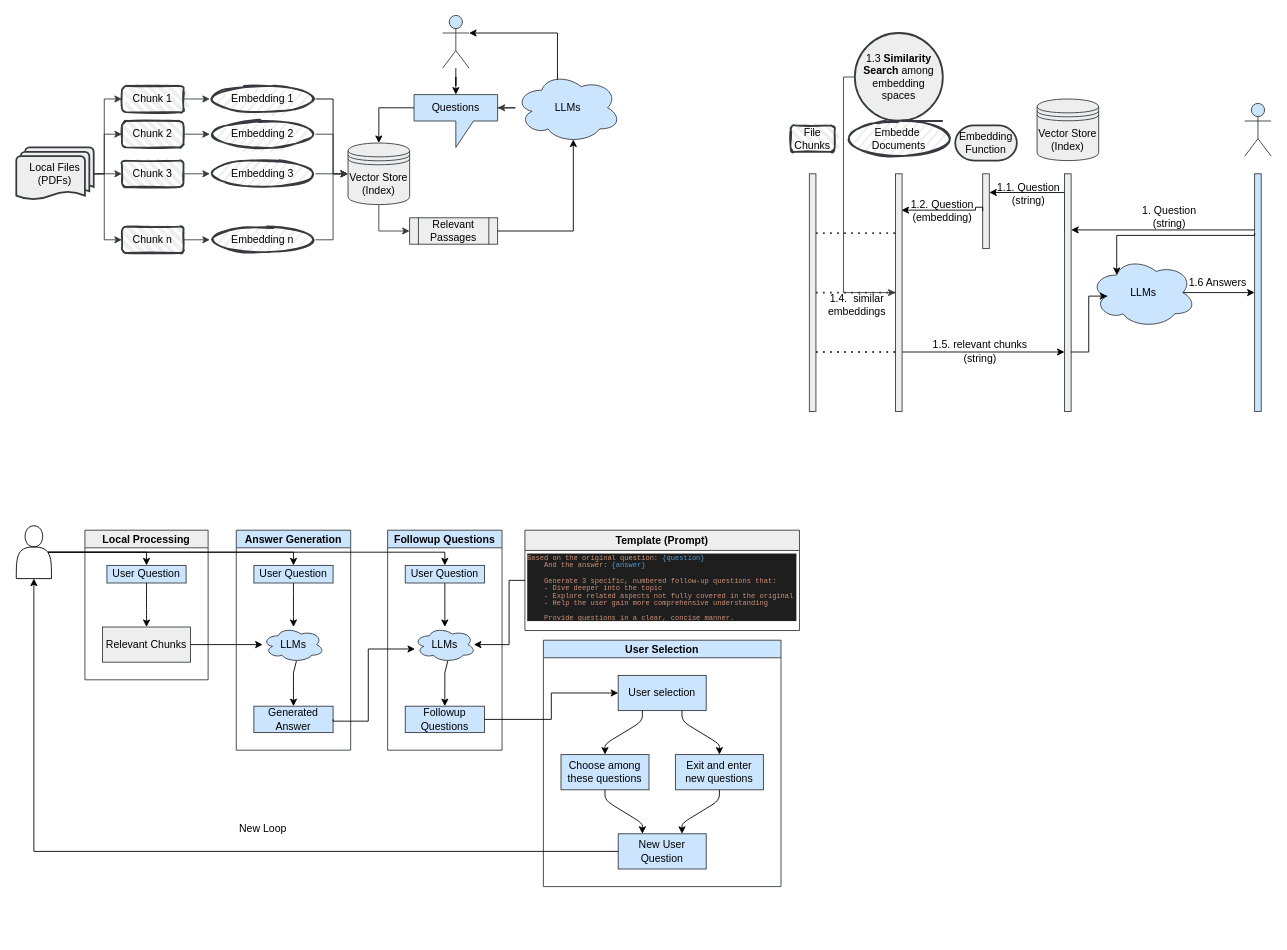
Earlier version of the draw.io diagram LLM.drawio (RiemannLee19/UMLs). Source tidied: cells renumbered, new cells numbered last; positions are measured from the earlier drawing's top-left corner, leaving out a move shared by most shapes. Both pictures are drawn from the tidied source at 88%, with x=0, y=0 at pixel (16, 15).
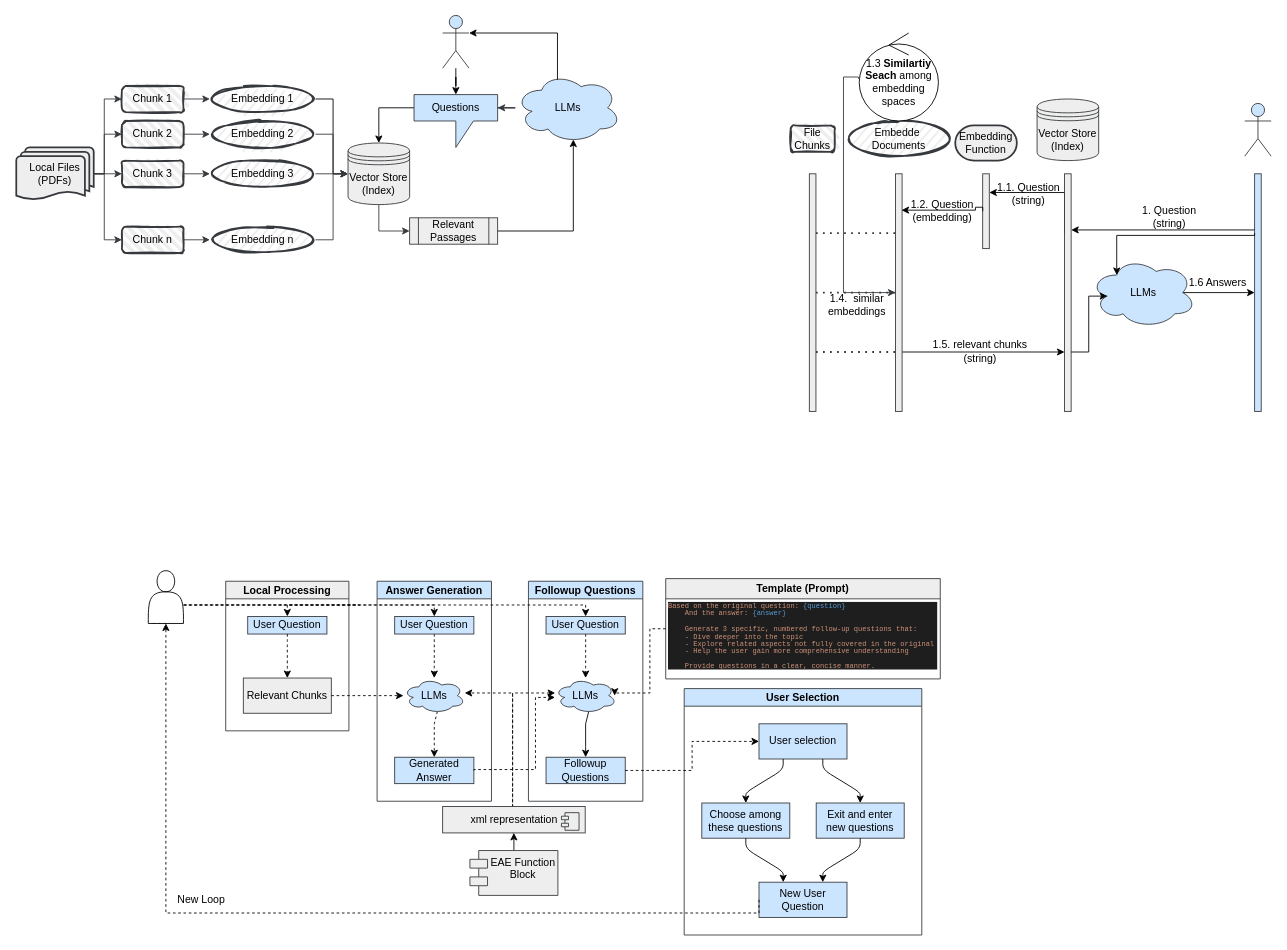
The same diagram, later.

Unchanged cells that the change refers to:
```xml
<mxCell id="38" style="rounded=0;whiteSpace=wrap;html=1;fillColor=#eeeeee;strokeColor=#36393d;" parent="1" vertex="1">
  <mxGeometry x="999.1" y="180" width="7.5" height="270" as="geometry" />
</mxCell>
<mxCell id="64" value="User Question" style="whiteSpace=wrap;html=1;fillColor=#cce5ff;strokeColor=#36393d;" parent="63" vertex="1">
  <mxGeometry x="25" y="40" width="90" height="20" as="geometry" />
</mxCell>
<mxCell id="65" value="Relevant Chunks" style="whiteSpace=wrap;html=1;fillColor=#eeeeee;strokeColor=#36393d;" parent="63" vertex="1">
  <mxGeometry x="20" y="110" width="100" height="40" as="geometry" />
</mxCell>
<mxCell id="69" value="User Question" style="whiteSpace=wrap;html=1;fillColor=#cce5ff;strokeColor=#36393d;" parent="67" vertex="1">
  <mxGeometry x="20" y="40" width="90" height="20" as="geometry" />
</mxCell>
<mxCell id="71" value="LLMs" style="ellipse;shape=cloud;whiteSpace=wrap;html=1;fillColor=#cce5ff;strokeColor=#36393d;" parent="67" vertex="1">
  <mxGeometry x="30" y="110" width="70" height="40" as="geometry" />
</mxCell>
<mxCell id="72" value="Generated Answer" style="whiteSpace=wrap;html=1;fillColor=#cce5ff;strokeColor=#36393d;" parent="67" vertex="1">
  <mxGeometry x="20" y="200" width="90" height="30" as="geometry" />
</mxCell>
<mxCell id="75" value="User Question" style="whiteSpace=wrap;html=1;fillColor=#cce5ff;strokeColor=#36393d;" parent="73" vertex="1">
  <mxGeometry x="20" y="40" width="90" height="20" as="geometry" />
</mxCell>
<mxCell id="77" value="LLMs" style="ellipse;shape=cloud;whiteSpace=wrap;html=1;fillColor=#cce5ff;strokeColor=#36393d;" parent="73" vertex="1">
  <mxGeometry x="30" y="110" width="70" height="40" as="geometry" />
</mxCell>
<mxCell id="78" value="Followup Questions" style="whiteSpace=wrap;html=1;fillColor=#cce5ff;strokeColor=#36393d;" parent="73" vertex="1">
  <mxGeometry x="20" y="200" width="90" height="30" as="geometry" />
</mxCell>
<mxCell id="89" value="User selection" style="whiteSpace=wrap;html=1;fillColor=#cce5ff;strokeColor=#36393d;" parent="88" vertex="1">
  <mxGeometry x="85" y="40" width="100" height="40" as="geometry" />
</mxCell>
<mxCell id="94" value="New User Question" style="whiteSpace=wrap;html=1;fillColor=#cce5ff;strokeColor=#36393d;" parent="88" vertex="1">
  <mxGeometry x="85" y="220" width="100" height="40" as="geometry" />
</mxCell>
```

Change to the diagram source:
```diff
@@
-    <mxCell id="46" style="edgeStyle=orthogonalEdgeStyle;rounded=0;jettySize=auto;html=1;exitX=0;exitY=0.5;exitDx=0;exitDy=0;exitPerimeter=0;entryX=0;entryY=0.5;entryDx=0;entryDy=0;fillColor=#eeeeee;strokeColor=#36393d;" parent="1" edge="1" source="47" target="38">
+    <mxCell id="46" style="edgeStyle=orthogonalEdgeStyle;rounded=0;jettySize=auto;html=1;entryX=0;entryY=0.5;entryDx=0;entryDy=0;fillColor=#eeeeee;strokeColor=#36393d;exitX=-0.01;exitY=0.52;exitDx=0;exitDy=0;exitPerimeter=0;" parent="1" edge="1" source="100" target="38">
       <mxGeometry relative="1" as="geometry">
         <Array as="points">
+          <mxPoint x="957" y="70" />
           <mxPoint x="940" y="70" />
           <mxPoint x="940" y="315" />
         </Array>
       </mxGeometry>
     </mxCell>
-    <mxCell id="47" value="1.3 &lt;b&gt;Similarity Search&lt;/b&gt; among embedding spaces" style="strokeWidth=2;html=1;shape=mxgraph.flowchart.sequential_data;whiteSpace=wrap;fillColor=#eeeeee;strokeColor=#36393d;" parent="1" vertex="1">
-      <mxGeometry x="952.9" y="20" width="100" height="100" as="geometry" />
-    </mxCell>
@@
     <mxCell id="63" value="Local Processing" style="swimlane;startSize=20;horizontal=1;flowOrientation=north;interRankCellSpacing=50;containerType=tree;fontSize=12;fillColor=#eeeeee;strokeColor=#36393d;" parent="1" vertex="1">
-      <mxGeometry x="78" y="585" width="140" height="170" as="geometry" />
+      <mxGeometry x="238" y="643" width="140" height="170" as="geometry" />
     </mxCell>
@@
-    <mxCell id="66" style="html=1;rounded=1;curved=0;sourcePerimeterSpacing=0;targetPerimeterSpacing=0;startSize=6;endSize=6;noEdgeStyle=1;orthogonal=1;" parent="63" edge="1" source="64" target="65">
+    <mxCell id="66" style="html=1;rounded=1;curved=0;sourcePerimeterSpacing=0;targetPerimeterSpacing=0;startSize=6;endSize=6;noEdgeStyle=1;orthogonal=1;dashed=1;" parent="63" edge="1" source="64" target="65">
       <mxGeometry relative="1" as="geometry">
         <Array as="points">
           <mxPoint x="70" y="72" />
           <mxPoint x="70" y="98" />
         </Array>
       </mxGeometry>
     </mxCell>
     <mxCell id="67" value="Answer Generation" style="swimlane;startSize=20;horizontal=1;flowOrientation=north;interRankCellSpacing=50;containerType=tree;fontSize=12;fillColor=#cce5ff;strokeColor=#36393d;" parent="1" vertex="1">
-      <mxGeometry x="250" y="585" width="130" height="250" as="geometry" />
+      <mxGeometry x="410" y="643" width="130" height="250" as="geometry" />
     </mxCell>
-    <mxCell id="68" style="edgeStyle=orthogonalEdgeStyle;rounded=0;jettySize=auto;html=1;exitX=0.5;exitY=1;exitDx=0;exitDy=0;noEdgeStyle=1;orthogonal=1;" parent="67" edge="1" source="69" target="71">
+    <mxCell id="68" style="edgeStyle=orthogonalEdgeStyle;rounded=0;jettySize=auto;html=1;exitX=0.5;exitY=1;exitDx=0;exitDy=0;noEdgeStyle=1;orthogonal=1;dashed=1;" parent="67" edge="1" source="69" target="71">
       <mxGeometry relative="1" as="geometry">
         <Array as="points">
           <mxPoint x="65" y="72" />
           <mxPoint x="65" y="98" />
         </Array>
       </mxGeometry>
     </mxCell>
@@
-    <mxCell id="70" style="edgeStyle=orthogonalEdgeStyle;rounded=0;jettySize=auto;html=1;exitX=0.55;exitY=0.95;exitDx=0;exitDy=0;exitPerimeter=0;entryX=0.5;entryY=0;entryDx=0;entryDy=0;noEdgeStyle=1;orthogonal=1;" parent="67" edge="1" source="71" target="72">
+    <mxCell id="70" style="edgeStyle=orthogonalEdgeStyle;rounded=0;jettySize=auto;html=1;exitX=0.55;exitY=0.95;exitDx=0;exitDy=0;exitPerimeter=0;entryX=0.5;entryY=0;entryDx=0;entryDy=0;noEdgeStyle=1;orthogonal=1;dashed=1;" parent="67" edge="1" source="71" target="72">
       <mxGeometry relative="1" as="geometry">
         <Array as="points">
           <mxPoint x="65" y="162" />
           <mxPoint x="65" y="188" />
         </Array>
       </mxGeometry>
     </mxCell>
@@
     <mxCell id="73" value="Followup Questions" style="swimlane;startSize=20;horizontal=1;flowOrientation=north;interRankCellSpacing=50;containerType=tree;fontSize=12;fillColor=#cce5ff;strokeColor=#36393d;" parent="1" vertex="1">
-      <mxGeometry x="422" y="585" width="130" height="250" as="geometry" />
+      <mxGeometry x="582" y="643" width="130" height="250" as="geometry" />
     </mxCell>
-    <mxCell id="74" style="edgeStyle=orthogonalEdgeStyle;rounded=0;jettySize=auto;html=1;exitX=0.5;exitY=1;exitDx=0;exitDy=0;noEdgeStyle=1;orthogonal=1;" parent="73" edge="1" source="75" target="77">
+    <mxCell id="74" style="edgeStyle=orthogonalEdgeStyle;rounded=0;jettySize=auto;html=1;exitX=0.5;exitY=1;exitDx=0;exitDy=0;noEdgeStyle=1;orthogonal=1;dashed=1;" parent="73" edge="1" source="75" target="77">
       <mxGeometry relative="1" as="geometry">
         <Array as="points">
           <mxPoint x="65" y="72" />
           <mxPoint x="65" y="98" />
         </Array>
       </mxGeometry>
     </mxCell>
@@
-    <mxCell id="79" style="edgeStyle=orthogonalEdgeStyle;rounded=0;jettySize=auto;html=1;exitX=0.9;exitY=0.5;exitDx=0;exitDy=0;exitPerimeter=0;entryX=0.5;entryY=0;entryDx=0;entryDy=0;" parent="1" edge="1" source="82" target="64">
+    <mxCell id="79" style="edgeStyle=orthogonalEdgeStyle;rounded=0;jettySize=auto;html=1;entryX=0.5;entryY=0;entryDx=0;entryDy=0;dashed=1;" parent="1" edge="1" source="82" target="64">
       <mxGeometry relative="1" as="geometry">
         <Array as="points">
-          <mxPoint x="148" y="610" />
+          <mxPoint x="390" y="670" />
+          <mxPoint x="308" y="670" />
         </Array>
       </mxGeometry>
     </mxCell>
-    <mxCell id="80" style="edgeStyle=orthogonalEdgeStyle;rounded=0;jettySize=auto;html=1;exitX=0.9;exitY=0.5;exitDx=0;exitDy=0;exitPerimeter=0;entryX=0.5;entryY=0;entryDx=0;entryDy=0;" parent="1" edge="1" source="82" target="69">
+    <mxCell id="80" style="edgeStyle=orthogonalEdgeStyle;rounded=0;jettySize=auto;html=1;entryX=0.5;entryY=0;entryDx=0;entryDy=0;dashed=1;" parent="1" edge="1" source="82" target="69">
       <mxGeometry relative="1" as="geometry">
         <Array as="points">
-          <mxPoint x="315" y="610" />
+          <mxPoint x="389" y="670" />
+          <mxPoint x="475" y="670" />
         </Array>
       </mxGeometry>
     </mxCell>
-    <mxCell id="81" style="edgeStyle=orthogonalEdgeStyle;rounded=0;jettySize=auto;html=1;exitX=0.9;exitY=0.5;exitDx=0;exitDy=0;exitPerimeter=0;entryX=0.5;entryY=0;entryDx=0;entryDy=0;" parent="1" edge="1" source="82" target="75">
+    <mxCell id="81" style="edgeStyle=orthogonalEdgeStyle;rounded=0;jettySize=auto;html=1;exitX=0.5;exitY=1;exitDx=0;exitDy=0;entryX=0.5;entryY=0;entryDx=0;entryDy=0;dashed=1;" parent="1" edge="1" source="82" target="75">
       <mxGeometry relative="1" as="geometry">
         <Array as="points">
-          <mxPoint x="487" y="610" />
+          <mxPoint x="155" y="670" />
+          <mxPoint x="647" y="670" />
         </Array>
       </mxGeometry>
     </mxCell>
     <mxCell id="82" style="shape=actor;whiteSpace=wrap;html=1;" parent="1" vertex="1">
-      <mxGeometry y="580" width="40" height="60" as="geometry" />
+      <mxGeometry x="150" y="631" width="40" height="60" as="geometry" />
     </mxCell>
-    <mxCell id="83" style="edgeStyle=orthogonalEdgeStyle;rounded=0;jettySize=auto;html=1;exitX=1;exitY=0.5;exitDx=0;exitDy=0;" parent="1" edge="1" source="72" target="77">
+    <mxCell id="83" style="edgeStyle=orthogonalEdgeStyle;rounded=0;jettySize=auto;html=1;exitX=1;exitY=0.5;exitDx=0;exitDy=0;dashed=1;" parent="1" edge="1" source="72" target="77">
       <mxGeometry relative="1" as="geometry">
         <Array as="points">
-          <mxPoint x="400" y="802" />
-          <mxPoint x="400" y="720" />
+          <mxPoint x="520" y="857" />
+          <mxPoint x="590" y="857" />
+          <mxPoint x="590" y="775" />
         </Array>
       </mxGeometry>
     </mxCell>
-    <mxCell id="84" style="edgeStyle=orthogonalEdgeStyle;rounded=0;jettySize=auto;html=1;exitX=1;exitY=0.5;exitDx=0;exitDy=0;" parent="1" edge="1" source="65" target="71">
+    <mxCell id="84" style="edgeStyle=orthogonalEdgeStyle;rounded=0;jettySize=auto;html=1;exitX=1;exitY=0.5;exitDx=0;exitDy=0;dashed=1;" parent="1" edge="1" source="65" target="71">
       <mxGeometry relative="1" as="geometry" />
     </mxCell>
     <mxCell id="85" value="Template (Prompt)" style="swimlane;whiteSpace=wrap;html=1;fillColor=#eeeeee;strokeColor=#36393d;" parent="1" vertex="1">
-      <mxGeometry x="578" y="585" width="312" height="114" as="geometry" />
+      <mxGeometry x="738" y="640" width="312" height="114" as="geometry" />
     </mxCell>
@@
-    <mxCell id="87" style="edgeStyle=orthogonalEdgeStyle;rounded=0;jettySize=auto;html=1;exitX=0;exitY=0.5;exitDx=0;exitDy=0;entryX=0.971;entryY=0.5;entryDx=0;entryDy=0;entryPerimeter=0;" parent="1" edge="1" source="85" target="77">
+    <mxCell id="87" style="edgeStyle=orthogonalEdgeStyle;rounded=0;jettySize=auto;html=1;exitX=0;exitY=0.5;exitDx=0;exitDy=0;entryX=0.971;entryY=0.5;entryDx=0;entryDy=0;entryPerimeter=0;dashed=1;" parent="1" edge="1" source="85" target="77">
       <mxGeometry relative="1" as="geometry">
         <Array as="points">
-          <mxPoint x="560" y="642" />
-          <mxPoint x="560" y="715" />
+          <mxPoint x="720" y="697" />
+          <mxPoint x="720" y="770" />
         </Array>
       </mxGeometry>
     </mxCell>
     <mxCell id="88" value="User Selection" style="swimlane;startSize=20;horizontal=1;flowOrientation=north;interRankCellSpacing=50;containerType=tree;fontSize=12;fillColor=#cce5ff;strokeColor=#36393d;" parent="1" vertex="1">
-      <mxGeometry x="599" y="710" width="270" height="280" as="geometry" />
+      <mxGeometry x="759" y="765" width="270" height="280" as="geometry" />
     </mxCell>
@@
-    <mxCell id="97" style="edgeStyle=orthogonalEdgeStyle;rounded=0;jettySize=auto;html=1;" parent="1" edge="1" source="78" target="89">
+    <mxCell id="97" style="edgeStyle=orthogonalEdgeStyle;rounded=0;jettySize=auto;html=1;dashed=1;" parent="1" edge="1" source="78" target="89">
       <mxGeometry relative="1" as="geometry" />
     </mxCell>
+    <mxCell id="100" value="1.3 &lt;b&gt;Similartiy Seach &lt;/b&gt;among embedding spaces" style="ellipse;shape=umlControl;whiteSpace=wrap;html=1;" parent="1" vertex="1">
+      <mxGeometry x="957.9" y="20" width="90" height="100" as="geometry" />
+    </mxCell>
+    <mxCell id="101" style="edgeStyle=orthogonalEdgeStyle;rounded=0;jettySize=auto;html=1;exitX=0.5;exitY=0;exitDx=0;exitDy=0;entryX=0.5;entryY=1;entryDx=0;entryDy=0;" parent="1" edge="1" source="102" target="105">
+      <mxGeometry relative="1" as="geometry" />
+    </mxCell>
+    <mxCell id="102" value="EAE Function Block" style="shape=module;align=left;spacingLeft=20;align=center;verticalAlign=top;whiteSpace=wrap;html=1;fillColor=#eeeeee;strokeColor=#36393d;" parent="1" vertex="1">
+      <mxGeometry x="515.5" y="949" width="100" height="51" as="geometry" />
+    </mxCell>
+    <mxCell id="103" style="edgeStyle=orthogonalEdgeStyle;rounded=0;jettySize=auto;html=1;exitX=0.5;exitY=1;exitDx=0;exitDy=0;dashed=1;" parent="1" edge="1" source="105" target="71">
+      <mxGeometry relative="1" as="geometry">
+        <Array as="points">
+          <mxPoint x="564" y="770" />
+        </Array>
+      </mxGeometry>
+    </mxCell>
+    <mxCell id="104" style="edgeStyle=orthogonalEdgeStyle;rounded=0;jettySize=auto;html=1;dashed=1;" parent="1" edge="1" source="105" target="77">
+      <mxGeometry relative="1" as="geometry">
+        <Array as="points">
+          <mxPoint x="564" y="770" />
+        </Array>
+      </mxGeometry>
+    </mxCell>
+    <mxCell id="105" value="xml representation" style="html=1;whiteSpace=wrap;fillColor=#eeeeee;strokeColor=#36393d;" parent="1" vertex="1">
+      <mxGeometry x="484.5" y="899" width="162" height="30" as="geometry" />
+    </mxCell>
+    <mxCell id="106" style="shape=module;jettyWidth=8;jettyHeight=4;fillColor=#eeeeee;strokeColor=#36393d;" parent="105" vertex="1">
+      <mxGeometry x="1" width="20" height="20" relative="1" as="geometry">
+        <mxPoint x="-27" y="7" as="offset" />
+      </mxGeometry>
+    </mxCell>
-    <mxCell id="98" style="edgeStyle=orthogonalEdgeStyle;rounded=0;jettySize=auto;html=1;" parent="1" edge="1" source="94" target="82">
-      <mxGeometry relative="1" as="geometry" />
+    <mxCell id="98" style="edgeStyle=orthogonalEdgeStyle;rounded=0;jettySize=auto;html=1;exitX=0;exitY=0.5;exitDx=0;exitDy=0;entryX=0.5;entryY=1;entryDx=0;entryDy=0;dashed=1;" parent="1" edge="1" source="94" target="82">
+      <mxGeometry relative="1" as="geometry">
+        <Array as="points">
+          <mxPoint x="844" y="1020" />
+          <mxPoint x="170" y="1020" />
+        </Array>
+      </mxGeometry>
     </mxCell>
     <mxCell id="99" value="New Loop" style="text;html=1;align=center;verticalAlign=middle;strokeColor=none;fillColor=none;" parent="1" vertex="1">
-      <mxGeometry x="240" y="910" width="80" height="30" as="geometry" />
+      <mxGeometry x="170" y="990" width="80" height="30" as="geometry" />
     </mxCell>
```
